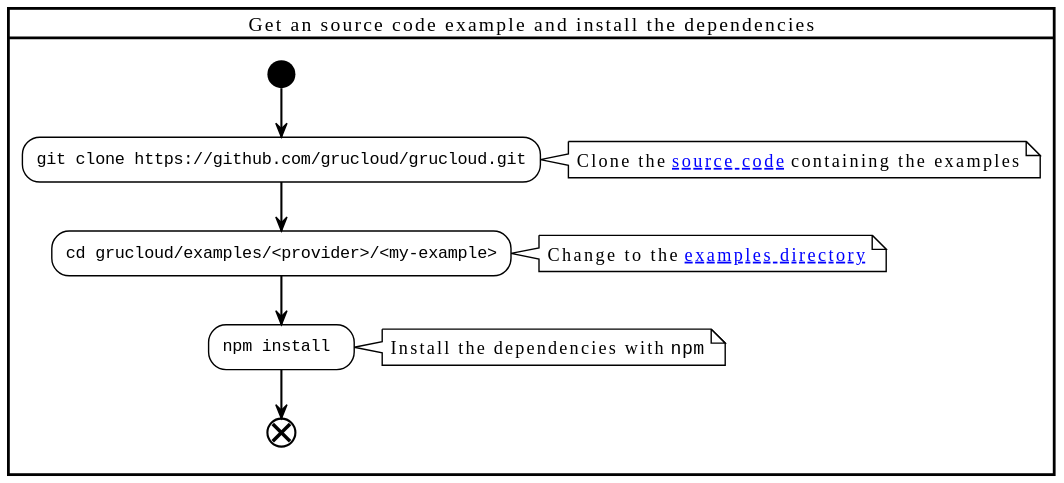
grucloud/grucloud keeps this PlantUML diagram as docusaurus/plantuml/grucloud-project-setup.svg. Above is the earlier version. Its diagram source:
```plantuml
@startuml grucloud-project-setup
!theme plain
skinparam svgLinkTarget _blank

card "Get an source code example and install the dependencies" {
start

:""git clone https://github.com/grucloud/grucloud.git"";
note right
Clone the [[https://github.com/grucloud/grucloud source code]] containing the examples
end note
:""cd grucloud/examples/<provider>/<my-example>"";
note right
Change to the [[https://github.com/grucloud/grucloud/tree/main/examples examples directory]]
end note
:""npm install "";
note right
Install the dependencies with ""npm""
end note
end
}

@enduml
```
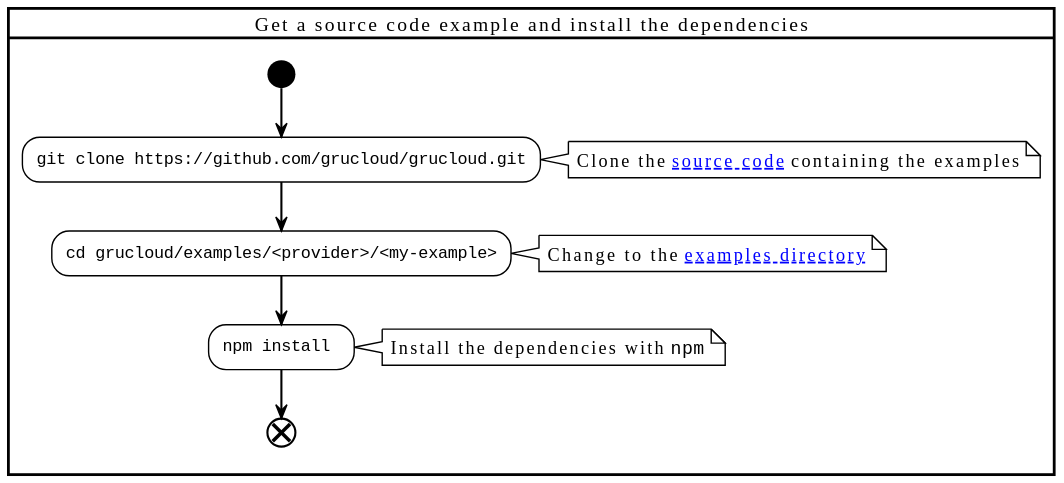
After the change.

Commit message:
add activity diagram to gcp htts website

The edit, as a diff of the source:
```diff
@@ -2,7 +2,7 @@
 !theme plain
 skinparam svgLinkTarget _blank
 
-card "Get an source code example and install the dependencies" {
+card "Get a source code example and install the dependencies" {
 start
 
 :""git clone https://github.com/grucloud/grucloud.git"";
```
